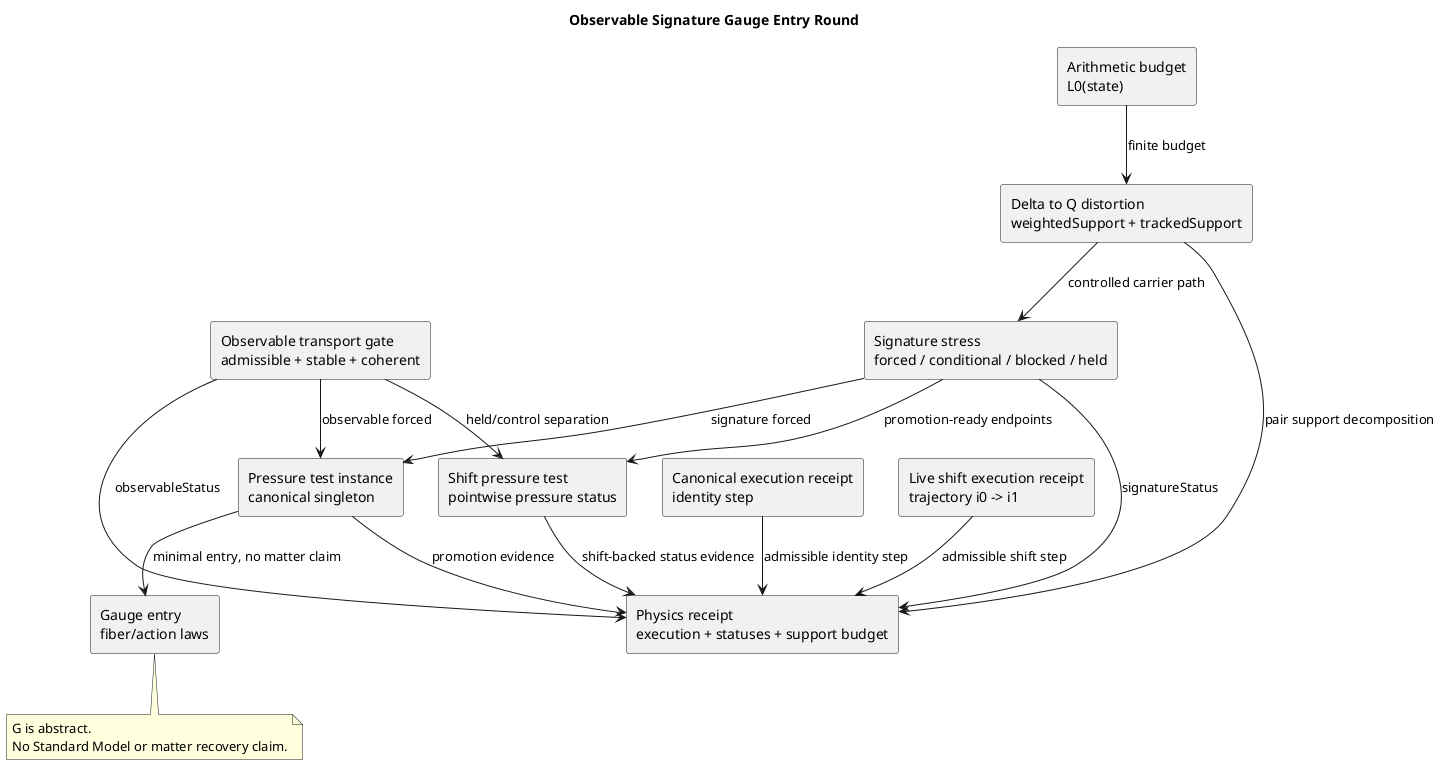
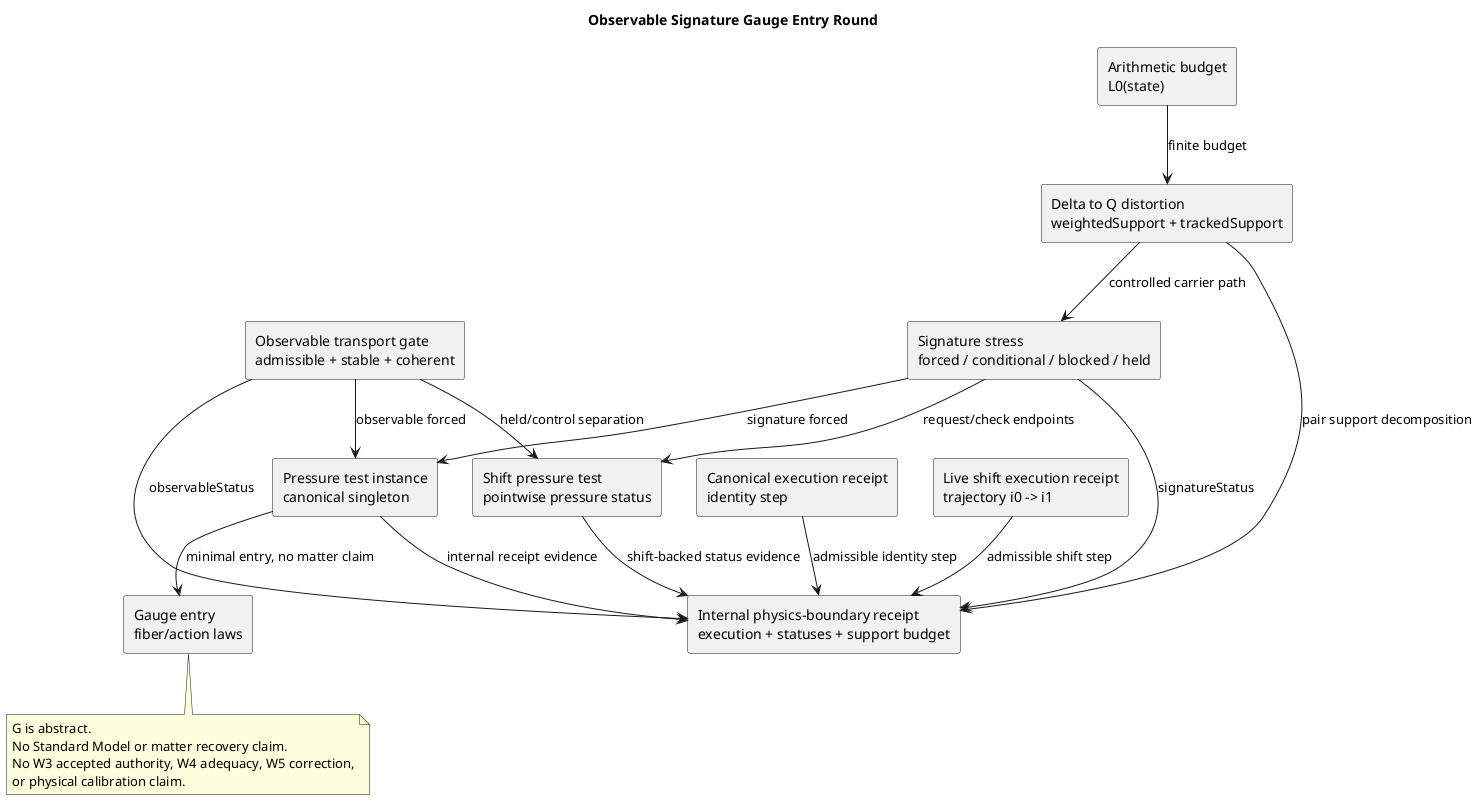
@startuml
title Observable Signature Gauge Entry Round

skinparam componentStyle rectangle

component "Arithmetic budget\nL0(state)" as L0
component "Delta to Q distortion\nweightedSupport + trackedSupport" as DQ
component "Signature stress\nforced / conditional / blocked / held" as Sig
component "Observable transport gate\nadmissible + stable + coherent" as Obs
component "Pressure test instance\ncanonical singleton" as Test
component "Shift pressure test\npointwise pressure status" as ShiftTest
component "Gauge entry\nfiber/action laws" as Gauge
component "Canonical execution receipt\nidentity step" as Exec
component "Live shift execution receipt\ntrajectory i0 -> i1" as ShiftExec
- component "Physics receipt\nexecution + statuses + support budget" as Receipt
+ component "Internal physics-boundary receipt\nexecution + statuses + support budget" as Receipt

L0 --> DQ : finite budget
DQ --> Sig : controlled carrier path
Sig --> Test : signature forced
Obs --> Test : observable forced
- Sig --> ShiftTest : promotion-ready endpoints
+ Sig --> ShiftTest : request/check endpoints
Obs --> ShiftTest : held/control separation
Test --> Gauge : minimal entry, no matter claim
Exec --> Receipt : admissible identity step
ShiftExec --> Receipt : admissible shift step
- Test --> Receipt : promotion evidence
+ Test --> Receipt : internal receipt evidence
ShiftTest --> Receipt : shift-backed status evidence
DQ --> Receipt : pair support decomposition
Obs --> Receipt : observableStatus
Sig --> Receipt : signatureStatus

note bottom of Gauge
G is abstract.
No Standard Model or matter recovery claim.
+ No W3 accepted authority, W4 adequacy, W5 correction,
+ or physical calibration claim.
end note

@enduml
